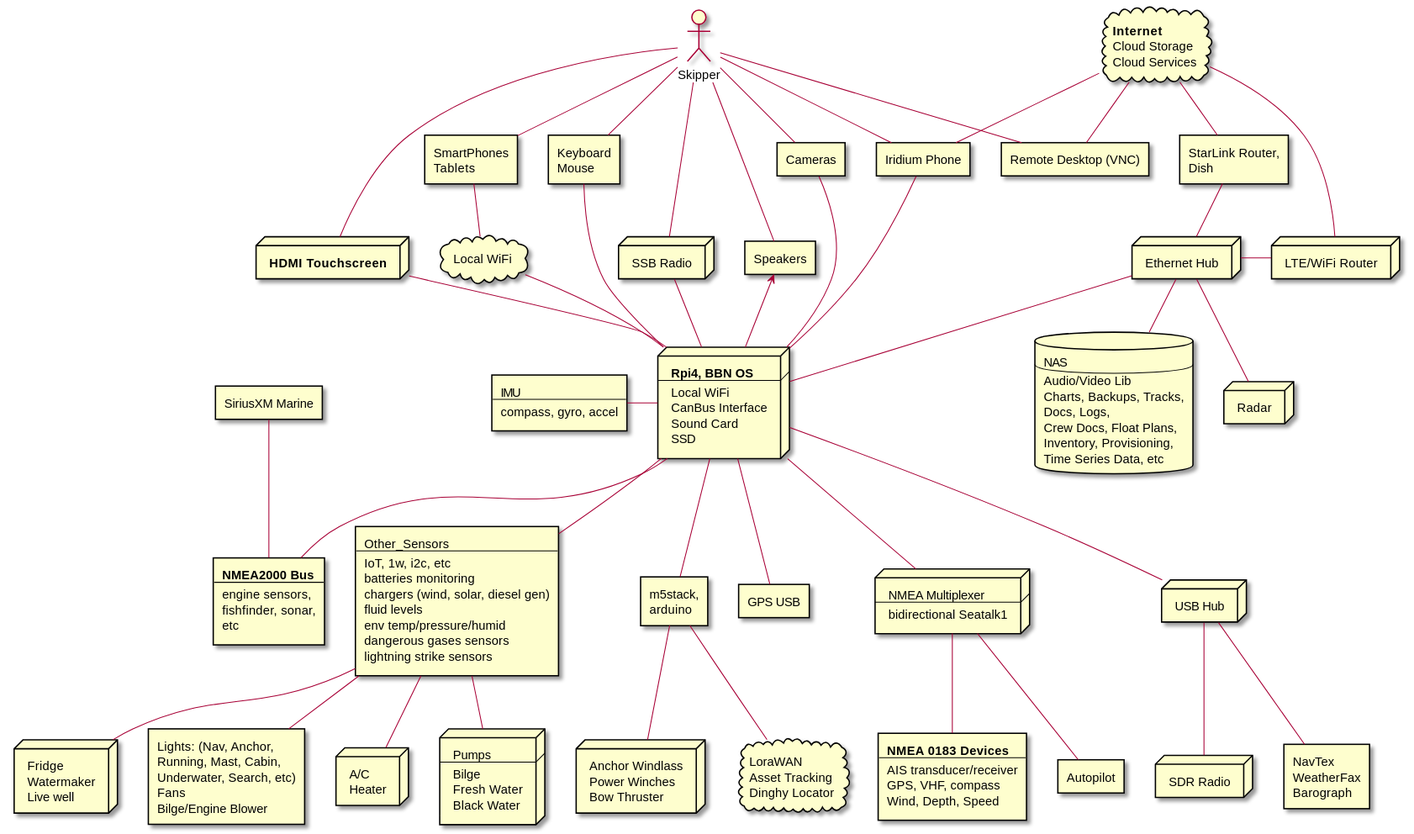
The PlantUML diagram docs/images/system-arch.svg in bareboat-necessities/my-bareboat, before a commit.
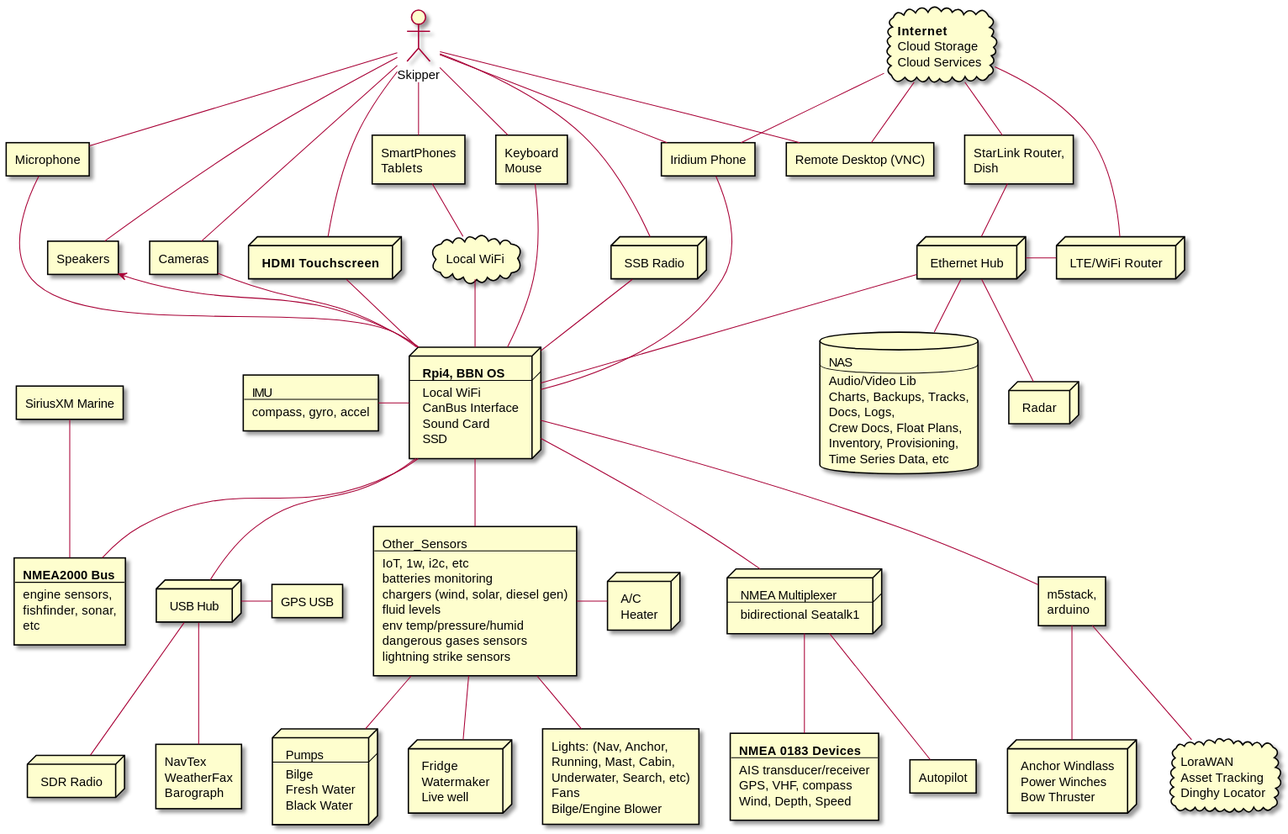
After the commit.

Commit message:
better diagrams

The edit, as a diff of the source:
```diff
@@ -76,6 +76,10 @@
 
 rectangle Speakers [
  Speakers
+]
+
+rectangle Mic [
+ Microphone
 ]
 
 rectangle Cameras [
@@ -195,7 +199,6 @@
  arduino
 ]
 
-RPI -- GPS
 RPI -l- IMU
 RPI -- NMEA_2000
 RPI -- NMEA_Mux
@@ -204,6 +207,7 @@
 RPI -u- Touchscreen
 RPI -u- Cameras
 RPI -u-> Speakers
+RPI -u- Mic
 RPI -u- SSB
 RPI -u- Iridium
 RPI -- Other_Sensors
@@ -222,8 +226,9 @@
 
 USB_Hub -- SDR
 USB_Hub -- Weather
+USB_Hub -r- GPS
 
-Other_Sensors -- AC
+Other_Sensors -r- AC
 Other_Sensors -- Fridge
 Other_Sensors -- Lights_Fans
 Other_Sensors -- Pumps
@@ -241,6 +246,7 @@
 
 Skipper -- Touchscreen
 Skipper -- Speakers
+Skipper -- Mic
 Skipper -- Cameras
 Skipper -- Iridium
 Skipper -- SSB
```
